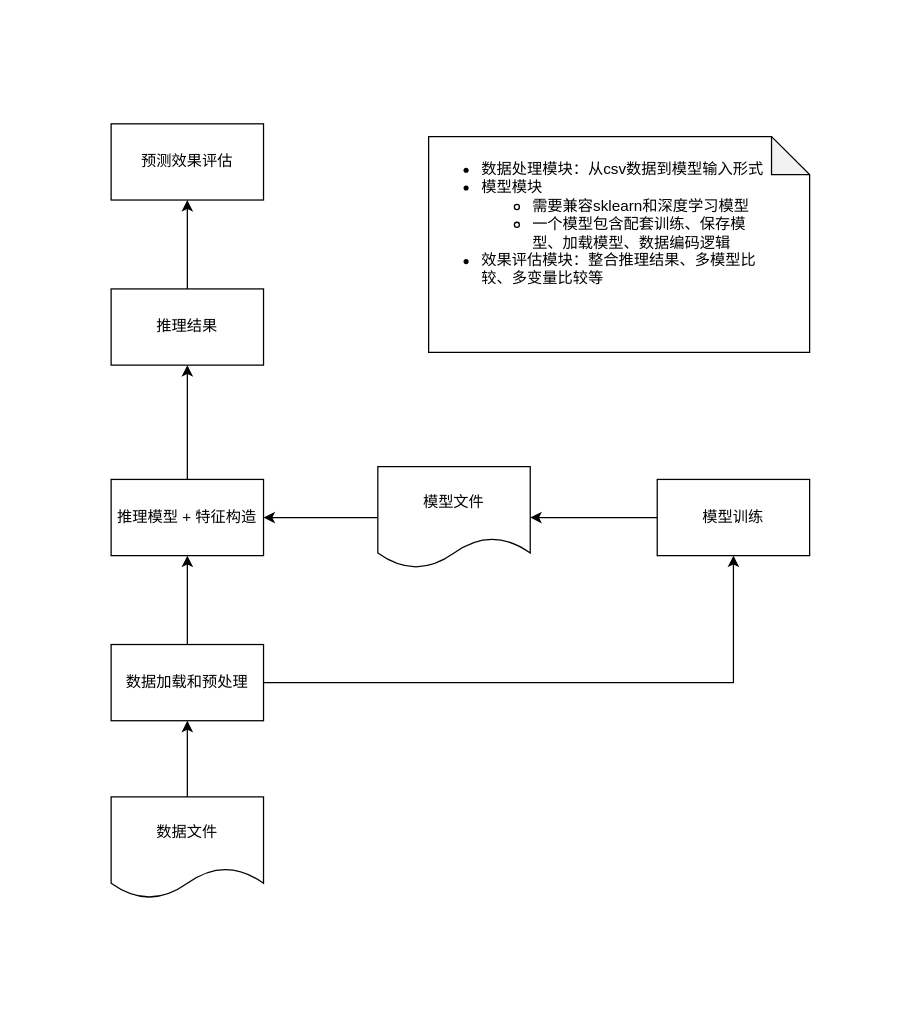
Earlier version of the draw.io diagram docs/架构设计/整体架构.drawio (Deruck/mate_recommender_system). Source tidied: cells renumbered, new cells numbered last; positions are measured from the earlier drawing's top-left corner, leaving out a move shared by most shapes. Both pictures are drawn from the tidied source at 127%, with x=0, y=0 at pixel (110, 123).
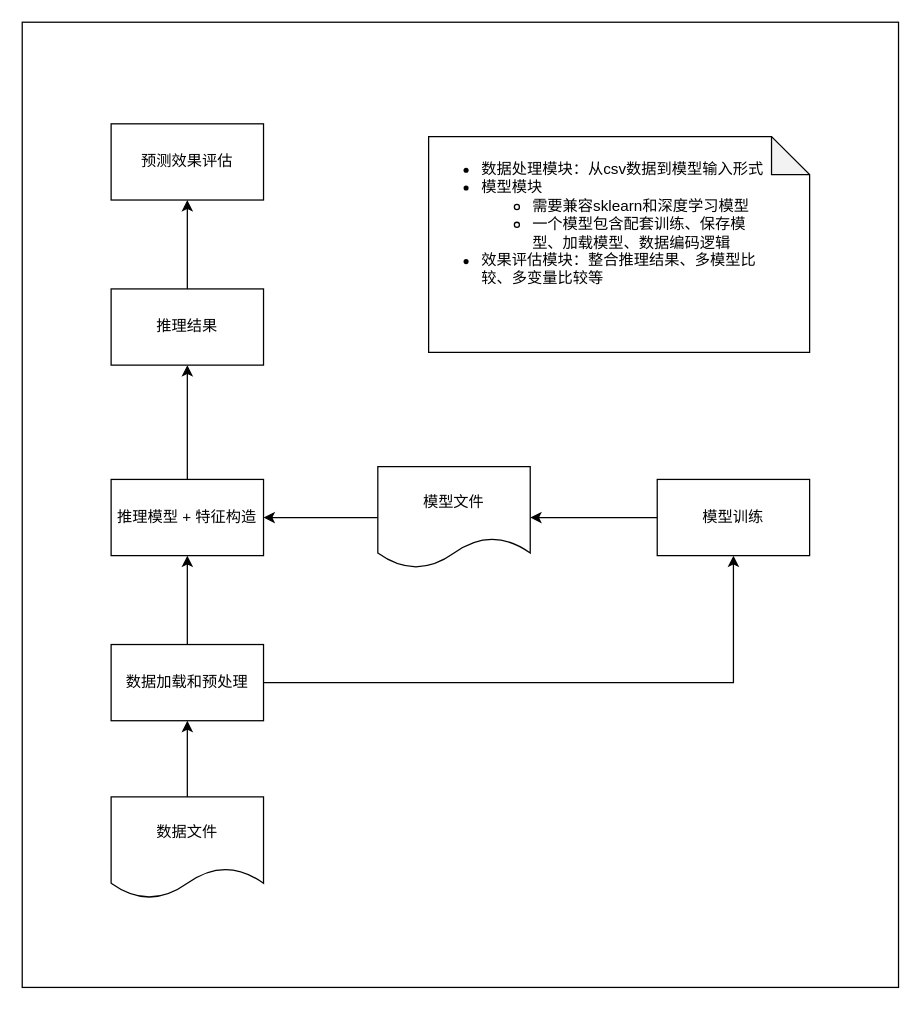
The same page after the edit.

Commit message (it also covers changes not shown here):
update: 导出整体架构图片

Change to the diagram source:
```diff
@@
 <mxGraphModel>
   <root>
     <mxCell id="0" />
     <mxCell id="1" parent="0" />
+    <mxCell id="17" style="rounded=0;whiteSpace=wrap;html=1;" parent="1" vertex="1">
+      <mxGeometry x="-70" y="-80" width="690" height="760" as="geometry" />
+    </mxCell>
     <mxCell id="2" style="edgeStyle=none;html=1;exitX=0.5;exitY=0;exitDx=0;exitDy=0;" parent="1" edge="1" source="3">
       <mxGeometry relative="1" as="geometry">
         <mxPoint x="60" y="190" as="targetPoint" />
       </mxGeometry>
     </mxCell>
     <mxCell id="3" value="推理模型 + 特征构造" style="rounded=0;whiteSpace=wrap;html=1;" parent="1" vertex="1">
       <mxGeometry y="280" width="120" height="60" as="geometry" />
     </mxCell>
     <mxCell id="4" style="edgeStyle=none;html=1;exitX=0.5;exitY=0;exitDx=0;exitDy=0;entryX=0.5;entryY=1;entryDx=0;entryDy=0;" parent="1" edge="1" source="6" target="3">
       <mxGeometry relative="1" as="geometry" />
     </mxCell>
     <mxCell id="5" style="edgeStyle=orthogonalEdgeStyle;html=1;entryX=0.5;entryY=1;entryDx=0;entryDy=0;rounded=0;" parent="1" edge="1" source="6" target="11">
       <mxGeometry relative="1" as="geometry" />
     </mxCell>
     <mxCell id="6" value="数据加载和预处理" style="rounded=0;whiteSpace=wrap;html=1;" parent="1" vertex="1">
       <mxGeometry y="410" width="120" height="60" as="geometry" />
     </mxCell>
     <mxCell id="7" style="edgeStyle=none;html=1;exitX=0.5;exitY=0;exitDx=0;exitDy=0;" parent="1" edge="1" source="8">
       <mxGeometry relative="1" as="geometry">
         <mxPoint x="60" y="60" as="targetPoint" />
       </mxGeometry>
     </mxCell>
     <mxCell id="8" value="推理结果" style="rounded=0;whiteSpace=wrap;html=1;" parent="1" vertex="1">
       <mxGeometry y="130" width="120" height="60" as="geometry" />
     </mxCell>
     <mxCell id="9" value="预测效果评估" style="rounded=0;whiteSpace=wrap;html=1;" parent="1" vertex="1">
       <mxGeometry width="120" height="60" as="geometry" />
     </mxCell>
     <mxCell id="10" style="edgeStyle=none;html=1;exitX=0;exitY=0.5;exitDx=0;exitDy=0;entryX=1;entryY=0.5;entryDx=0;entryDy=0;" parent="1" edge="1" source="11" target="13">
       <mxGeometry relative="1" as="geometry" />
     </mxCell>
     <mxCell id="11" value="模型训练" style="rounded=0;whiteSpace=wrap;html=1;" parent="1" vertex="1">
       <mxGeometry x="430" y="280" width="120" height="60" as="geometry" />
     </mxCell>
     <mxCell id="12" style="edgeStyle=none;html=1;exitX=0;exitY=0.5;exitDx=0;exitDy=0;entryX=1;entryY=0.5;entryDx=0;entryDy=0;" parent="1" edge="1" source="13" target="3">
       <mxGeometry relative="1" as="geometry" />
     </mxCell>
     <mxCell id="13" value="模型文件" style="shape=document;whiteSpace=wrap;html=1;boundedLbl=1;" parent="1" vertex="1">
       <mxGeometry x="210" y="270" width="120" height="80" as="geometry" />
     </mxCell>
     <mxCell id="14" value="&lt;ul&gt;&lt;li&gt;数据处理模块：从csv数据到模型输入形式&lt;/li&gt;&lt;li&gt;模型模块&lt;/li&gt;&lt;ul&gt;&lt;li&gt;&lt;span&gt;需要兼容sklearn和深度学习模型&lt;/span&gt;&lt;/li&gt;&lt;li&gt;&lt;span&gt;一个模型包含配套训练、保存模型、加载模型、数据编码逻辑&lt;/span&gt;&lt;/li&gt;&lt;/ul&gt;&lt;li&gt;效果评估模块：整合推理结果、多模型比较、多变量比较等&lt;/li&gt;&lt;/ul&gt;" style="shape=note;whiteSpace=wrap;html=1;backgroundOutline=1;darkOpacity=0.05;align=left;verticalAlign=top;horizontal=1;spacingRight=35;" parent="1" vertex="1">
       <mxGeometry x="250" y="10" width="300" height="170" as="geometry" />
     </mxCell>
     <mxCell id="15" style="edgeStyle=none;html=1;entryX=0.5;entryY=1;entryDx=0;entryDy=0;" parent="1" edge="1" source="16" target="6">
       <mxGeometry relative="1" as="geometry" />
     </mxCell>
     <mxCell id="16" value="数据文件" style="shape=document;whiteSpace=wrap;html=1;boundedLbl=1;" parent="1" vertex="1">
       <mxGeometry y="530" width="120" height="80" as="geometry" />
     </mxCell>
   </root>
 </mxGraphModel>
```
